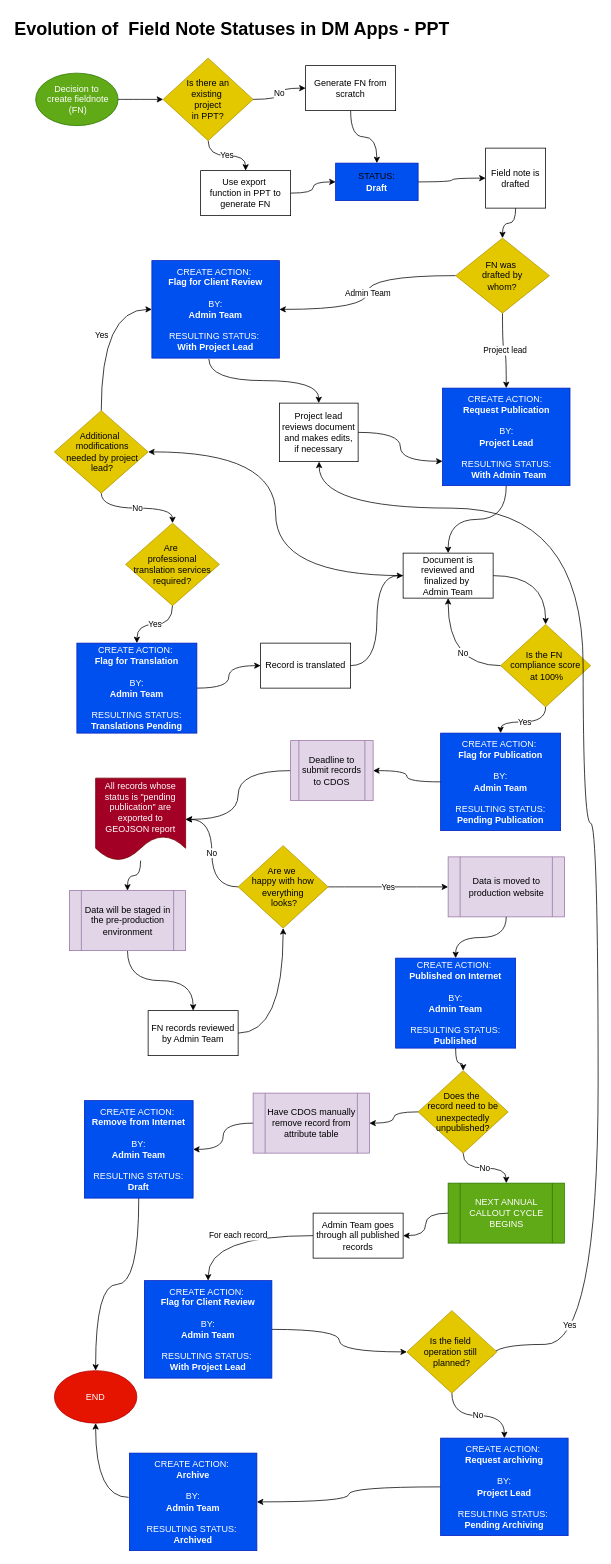
Above: Fieldnote status evolution in PPT.drawio in davjfish/diagrams (draw.io), before the change. Source tidied: cells renumbered, new cells numbered last; positions are measured from the earlier drawing's top-left corner, leaving out a move shared by most shapes. Both pictures are drawn from the tidied source at 75%, with x=0, y=0 at pixel (13, 13).
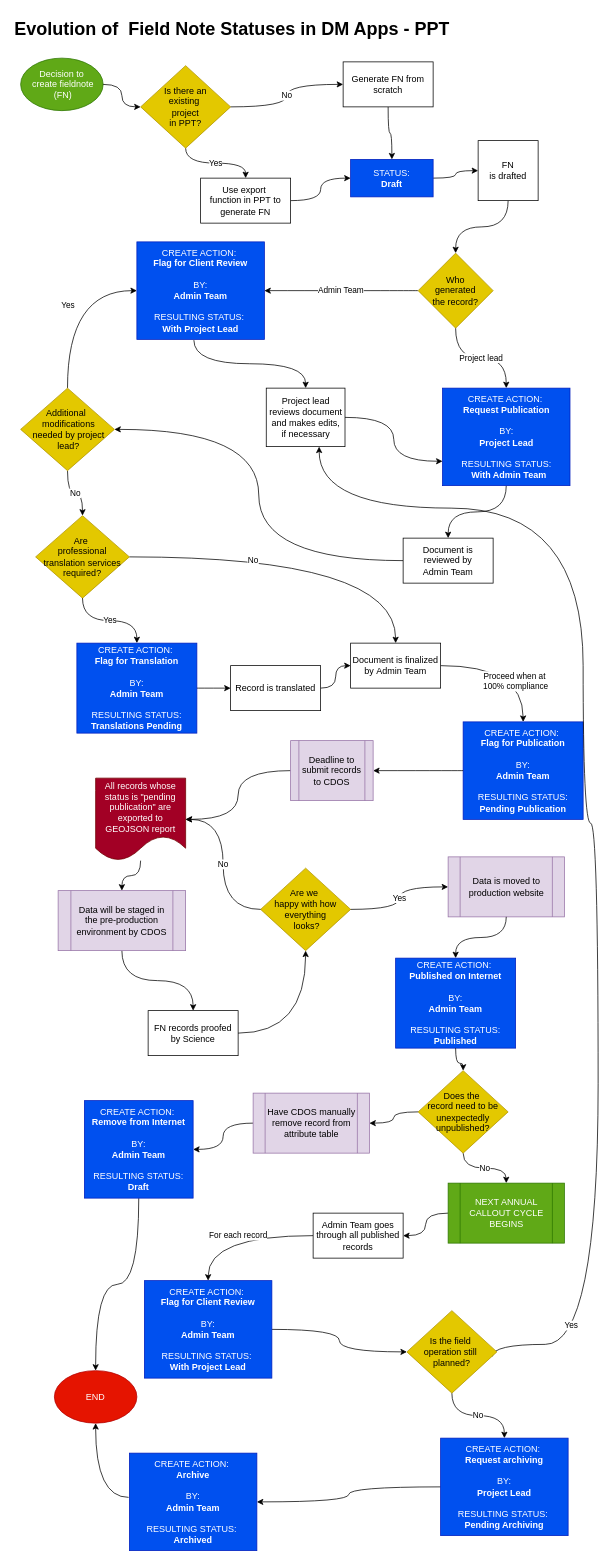
The same diagram, later.

What changed in the source:
```diff
@@
-    <mxCell id="3" value="Decision&lt;span style=&quot;background-color: transparent;&quot;&gt;&amp;nbsp;to&lt;/span&gt;&lt;div&gt;&lt;span style=&quot;background-color: transparent;&quot;&gt;&amp;nbsp;create&amp;nbsp;&lt;/span&gt;&lt;span style=&quot;background-color: transparent;&quot;&gt;fieldnote&lt;/span&gt;&lt;div&gt;&lt;span style=&quot;background-color: transparent;&quot;&gt;&amp;nbsp;(FN)&lt;/span&gt;&lt;/div&gt;&lt;/div&gt;" style="ellipse;whiteSpace=wrap;html=1;fillColor=#60a917;fontColor=light-dark(#FFFFFF,#000000);strokeColor=#2D7600;" parent="1" vertex="1">
-      <mxGeometry x="30" y="80" width="110" height="70" as="geometry" />
+    <mxCell id="3" value="Decision&lt;span style=&quot;background-color: transparent;&quot;&gt;&amp;nbsp;to&lt;/span&gt;&lt;div&gt;&lt;span style=&quot;background-color: transparent;&quot;&gt;&amp;nbsp;create&amp;nbsp;&lt;/span&gt;&lt;span style=&quot;background-color: transparent;&quot;&gt;fieldnote&lt;/span&gt;&lt;div&gt;&lt;span style=&quot;background-color: transparent;&quot;&gt;&amp;nbsp;(FN)&lt;/span&gt;&lt;/div&gt;&lt;/div&gt;" style="ellipse;whiteSpace=wrap;html=1;fillColor=light-dark(#60A917,#99FF99);fontColor=light-dark(#FFFFFF,#000000);strokeColor=#2D7600;" parent="1" vertex="1">
+      <mxGeometry x="10" y="60" width="110" height="70" as="geometry" />
     </mxCell>
@@
-    <mxCell id="6" value="Is there an&lt;div&gt;existing&amp;nbsp;&lt;/div&gt;&lt;div&gt;project&lt;/div&gt;&lt;div&gt;in PPT?&lt;/div&gt;" style="rhombus;whiteSpace=wrap;html=1;fillColor=#e3c800;fontColor=#000000;strokeColor=#B09500;" parent="1" vertex="1">
-      <mxGeometry x="200" y="60" width="120" height="110" as="geometry" />
+    <mxCell id="6" value="Is there an&lt;div&gt;existing&amp;nbsp;&lt;/div&gt;&lt;div&gt;project&lt;/div&gt;&lt;div&gt;in PPT?&lt;/div&gt;" style="rhombus;whiteSpace=wrap;html=1;fillColor=light-dark(#E3C800,#FFFF99);fontColor=light-dark(#000000,#000000);strokeColor=#B09500;" parent="1" vertex="1">
+      <mxGeometry x="170" y="70" width="120" height="110" as="geometry" />
     </mxCell>
@@
-    <mxCell id="8" value="Field note is drafted" style="whiteSpace=wrap;html=1;" parent="1" vertex="1">
-      <mxGeometry x="630" y="180" width="80" height="80" as="geometry" />
+    <mxCell id="8" value="FN&lt;div&gt;is drafted&lt;/div&gt;" style="whiteSpace=wrap;html=1;" parent="1" vertex="1">
+      <mxGeometry x="620" y="170" width="80" height="80" as="geometry" />
     </mxCell>
@@
-    <mxCell id="11" value="FN was&amp;nbsp;&lt;div&gt;drafted by&lt;/div&gt;&lt;div&gt;whom?&lt;/div&gt;" style="rhombus;whiteSpace=wrap;html=1;fillColor=#e3c800;fontColor=#000000;strokeColor=#B09500;" parent="1" vertex="1">
-      <mxGeometry x="590" y="300" width="125" height="100" as="geometry" />
+    <mxCell id="11" value="Who&lt;div&gt;&lt;span style=&quot;background-color: transparent;&quot;&gt;generated&lt;/span&gt;&lt;div&gt;the&lt;span style=&quot;background-color: transparent;&quot;&gt;&amp;nbsp;record?&lt;/span&gt;&lt;/div&gt;&lt;/div&gt;" style="rhombus;whiteSpace=wrap;html=1;fillColor=light-dark(#E3C800,#FFFF99);fontColor=light-dark(#000000,#000000);strokeColor=#B09500;" parent="1" vertex="1">
+      <mxGeometry x="540" y="320" width="100" height="100" as="geometry" />
     </mxCell>
@@
-    <mxCell id="13" value="CREATE ACTION:&amp;nbsp;&lt;div&gt;&lt;b&gt;Request Publication&lt;/b&gt;&lt;/div&gt;&lt;div&gt;&lt;b&gt;&lt;br&gt;&lt;/b&gt;&lt;div&gt;&lt;div&gt;BY:&lt;/div&gt;&lt;div&gt;&lt;b&gt;Project Lead&lt;/b&gt;&lt;/div&gt;&lt;/div&gt;&lt;div&gt;&lt;b&gt;&lt;br&gt;&lt;/b&gt;&lt;/div&gt;&lt;div&gt;&lt;span style=&quot;background-color: transparent;&quot;&gt;RESULTING STATUS&lt;/span&gt;:&lt;/div&gt;&lt;div&gt;&amp;nbsp; &lt;b&gt;With Admin Team&lt;/b&gt;&lt;/div&gt;&lt;/div&gt;" style="rounded=0;whiteSpace=wrap;html=1;fillColor=light-dark(#0050EF,#1534FF);fontColor=light-dark(#FFFFFF,#FFFFFF);strokeColor=#001DBC;" parent="1" vertex="1">
+    <mxCell id="13" value="CREATE ACTION:&amp;nbsp;&lt;div&gt;&lt;b&gt;Request Publication&lt;/b&gt;&lt;/div&gt;&lt;div&gt;&lt;b&gt;&lt;br&gt;&lt;/b&gt;&lt;div&gt;&lt;div&gt;BY:&lt;/div&gt;&lt;div&gt;&lt;b&gt;Project Lead&lt;/b&gt;&lt;/div&gt;&lt;/div&gt;&lt;div&gt;&lt;b&gt;&lt;br&gt;&lt;/b&gt;&lt;/div&gt;&lt;div&gt;&lt;span style=&quot;background-color: transparent;&quot;&gt;RESULTING STATUS&lt;/span&gt;:&lt;/div&gt;&lt;div&gt;&amp;nbsp; &lt;b&gt;With Admin Team&lt;/b&gt;&lt;/div&gt;&lt;/div&gt;" style="rounded=0;whiteSpace=wrap;html=1;fillColor=light-dark(#0050EF,#170FFF);fontColor=light-dark(#FFFFFF,#FFFFFF);strokeColor=#001DBC;" parent="1" vertex="1">
       <mxGeometry x="572.5" y="500" width="170" height="130" as="geometry" />
     </mxCell>
-    <mxCell id="14" value="CREATE ACTION:&amp;nbsp;&lt;div&gt;&lt;b&gt;Flag for Client Review&lt;/b&gt;&lt;/div&gt;&lt;div&gt;&lt;b&gt;&lt;br&gt;&lt;/b&gt;&lt;/div&gt;&lt;div&gt;BY:&lt;/div&gt;&lt;div&gt;&lt;b&gt;Admin Team&lt;/b&gt;&lt;/div&gt;&lt;div&gt;&lt;b&gt;&lt;br&gt;&lt;/b&gt;&lt;div&gt;RESULTING STATUS:&amp;nbsp;&lt;/div&gt;&lt;div&gt;&lt;b&gt;With Project Lead&lt;/b&gt;&lt;/div&gt;&lt;/div&gt;" style="rounded=0;whiteSpace=wrap;html=1;fillColor=#0050ef;fontColor=#ffffff;strokeColor=#001DBC;" parent="1" vertex="1">
-      <mxGeometry x="185" y="330" width="170" height="130" as="geometry" />
+    <mxCell id="14" value="CREATE ACTION:&amp;nbsp;&lt;div&gt;&lt;b&gt;Flag for Client Review&lt;/b&gt;&lt;/div&gt;&lt;div&gt;&lt;b&gt;&lt;br&gt;&lt;/b&gt;&lt;/div&gt;&lt;div&gt;BY:&lt;/div&gt;&lt;div&gt;&lt;b&gt;Admin Team&lt;/b&gt;&lt;/div&gt;&lt;div&gt;&lt;b&gt;&lt;br&gt;&lt;/b&gt;&lt;div&gt;RESULTING STATUS:&amp;nbsp;&lt;/div&gt;&lt;div&gt;&lt;b&gt;With Project Lead&lt;/b&gt;&lt;/div&gt;&lt;/div&gt;" style="rounded=0;whiteSpace=wrap;html=1;fillColor=light-dark(#0050EF,#170FFF);fontColor=light-dark(#FFFFFF,#FFFFFF);strokeColor=#001DBC;" parent="1" vertex="1">
+      <mxGeometry x="165" y="305" width="170" height="130" as="geometry" />
     </mxCell>
@@
-    <mxCell id="16" value="&lt;div&gt;&lt;font style=&quot;color: light-dark(rgb(0, 0, 0), rgb(0, 0, 0));&quot;&gt;&lt;span style=&quot;background-color: transparent;&quot;&gt;&lt;font style=&quot;&quot;&gt;STATUS&lt;/font&gt;&lt;/span&gt;&lt;span style=&quot;background-color: transparent;&quot;&gt;:&lt;/span&gt;&lt;/font&gt;&lt;/div&gt;&lt;div&gt;&lt;b&gt;Draft&lt;/b&gt;&lt;/div&gt;" style="rounded=0;whiteSpace=wrap;html=1;fillColor=#0050ef;fontColor=#ffffff;strokeColor=#001DBC;" parent="1" vertex="1">
-      <mxGeometry x="430" y="200" width="110" height="50" as="geometry" />
+    <mxCell id="16" value="&lt;div&gt;&lt;font style=&quot;&quot;&gt;&lt;span style=&quot;background-color: transparent;&quot;&gt;&lt;font style=&quot;&quot;&gt;STATUS&lt;/font&gt;&lt;/span&gt;&lt;span style=&quot;background-color: transparent;&quot;&gt;:&lt;/span&gt;&lt;/font&gt;&lt;/div&gt;&lt;div&gt;&lt;b&gt;Draft&lt;/b&gt;&lt;/div&gt;" style="rounded=0;whiteSpace=wrap;html=1;fillColor=light-dark(#0050EF,#170FFF);fontColor=light-dark(#FFFFFF,#FFFFFF);strokeColor=#001DBC;" parent="1" vertex="1">
+      <mxGeometry x="450" y="195" width="110" height="50" as="geometry" />
     </mxCell>
@@
     <mxCell id="19" value="Use export&amp;nbsp;&lt;div&gt;function in PPT to generate FN&lt;/div&gt;" style="whiteSpace=wrap;html=1;" parent="1" vertex="1">
-      <mxGeometry x="250" y="210" width="120" height="60" as="geometry" />
+      <mxGeometry x="250" y="220" width="120" height="60" as="geometry" />
     </mxCell>
@@
     <mxCell id="21" value="Generate FN from scratch" style="whiteSpace=wrap;html=1;" parent="1" vertex="1">
-      <mxGeometry x="390" y="70" width="120" height="60" as="geometry" />
+      <mxGeometry x="440" y="65" width="120" height="60" as="geometry" />
     </mxCell>
@@
     <mxCell id="23" value="Project lead reviews document and makes&amp;nbsp;&lt;span style=&quot;background-color: transparent; color: light-dark(rgb(0, 0, 0), rgb(255, 255, 255));&quot;&gt;edits,&lt;/span&gt;&lt;div&gt;&lt;span style=&quot;background-color: transparent; color: light-dark(rgb(0, 0, 0), rgb(255, 255, 255));&quot;&gt;if necessary&lt;/span&gt;&lt;/div&gt;" style="rounded=0;whiteSpace=wrap;html=1;" parent="1" vertex="1">
-      <mxGeometry x="355" y="520" width="105" height="78" as="geometry" />
+      <mxGeometry x="337.5" y="500" width="105" height="78" as="geometry" />
     </mxCell>
@@
-    <mxCell id="26" style="edgeStyle=orthogonalEdgeStyle;rounded=0;jettySize=auto;html=1;curved=1;exitX=1;exitY=0.5;exitDx=0;exitDy=0;" parent="1" edge="1" source="27" target="39">
-      <mxGeometry relative="1" as="geometry" />
-    </mxCell>
-    <mxCell id="27" value="Document is reviewed and finalized by&amp;nbsp;&lt;div&gt;Admin Team&lt;/div&gt;" style="whiteSpace=wrap;html=1;rounded=0;" parent="1" vertex="1">
-      <mxGeometry x="520" y="720" width="120" height="60" as="geometry" />
+    <mxCell id="27" value="Document is reviewed by&lt;div&gt;Admin Team&lt;/div&gt;" style="whiteSpace=wrap;html=1;rounded=0;" parent="1" vertex="1">
+      <mxGeometry x="520" y="700" width="120" height="60" as="geometry" />
     </mxCell>
@@
-    <mxCell id="30" value="Additional&amp;nbsp;&lt;div&gt;&amp;nbsp;modifications&lt;/div&gt;&lt;div&gt;&amp;nbsp;needed by project&lt;/div&gt;&lt;div&gt;&amp;nbsp;lead?&lt;/div&gt;" style="rhombus;whiteSpace=wrap;html=1;fillColor=#e3c800;fontColor=#000000;strokeColor=#B09500;" parent="1" vertex="1">
-      <mxGeometry x="55" y="530" width="125" height="110" as="geometry" />
+    <mxCell id="30" value="Additional&amp;nbsp;&lt;div&gt;&amp;nbsp;modifications&lt;/div&gt;&lt;div&gt;&amp;nbsp;needed by project&lt;/div&gt;&lt;div&gt;&amp;nbsp;lead?&lt;/div&gt;" style="rhombus;whiteSpace=wrap;html=1;fillColor=light-dark(#E3C800,#FFFF99);fontColor=light-dark(#000000,#000000);strokeColor=#B09500;" parent="1" vertex="1">
+      <mxGeometry x="10" y="500" width="125" height="110" as="geometry" />
     </mxCell>
+    <mxCell id="37" value="No" style="edgeStyle=orthogonalEdgeStyle;rounded=0;jettySize=auto;html=1;curved=1;" parent="1" edge="1" source="31" target="79">
+      <mxGeometry x="-0.3" y="-5" relative="1" as="geometry" />
+    </mxCell>
-    <mxCell id="31" value="Are&amp;nbsp;&lt;div&gt;professional translation services required?&lt;/div&gt;" style="rhombus;whiteSpace=wrap;html=1;fillColor=#e3c800;fontColor=#000000;strokeColor=#B09500;" parent="1" vertex="1">
-      <mxGeometry x="150" y="680" width="125" height="110" as="geometry" />
+    <mxCell id="31" value="Are&amp;nbsp;&lt;div&gt;professional translation services required?&lt;/div&gt;" style="rhombus;whiteSpace=wrap;html=1;fillColor=light-dark(#E3C800,#FFFF99);fontColor=light-dark(#000000,#000000);strokeColor=#B09500;" parent="1" vertex="1">
+      <mxGeometry x="30" y="670" width="125" height="110" as="geometry" />
     </mxCell>
@@
-    <mxCell id="34" value="CREATE ACTION:&amp;nbsp;&lt;div&gt;&lt;b&gt;Flag for Translation&lt;/b&gt;&lt;/div&gt;&lt;div&gt;&lt;b&gt;&lt;br&gt;&lt;/b&gt;&lt;/div&gt;&lt;div&gt;&lt;div&gt;BY:&lt;/div&gt;&lt;div&gt;&lt;b&gt;Admin Team&lt;/b&gt;&lt;/div&gt;&lt;/div&gt;&lt;div&gt;&lt;b&gt;&lt;br&gt;&lt;/b&gt;&lt;div&gt;RESULTING STATUS:&lt;/div&gt;&lt;div&gt;&lt;b&gt;Translations Pending&lt;/b&gt;&lt;/div&gt;&lt;/div&gt;" style="rounded=0;whiteSpace=wrap;html=1;fillColor=#0050ef;fontColor=#ffffff;strokeColor=#001DBC;" parent="1" vertex="1">
+    <mxCell id="34" value="CREATE ACTION:&amp;nbsp;&lt;div&gt;&lt;b&gt;Flag for Translation&lt;/b&gt;&lt;/div&gt;&lt;div&gt;&lt;b&gt;&lt;br&gt;&lt;/b&gt;&lt;/div&gt;&lt;div&gt;&lt;div&gt;BY:&lt;/div&gt;&lt;div&gt;&lt;b&gt;Admin Team&lt;/b&gt;&lt;/div&gt;&lt;/div&gt;&lt;div&gt;&lt;b&gt;&lt;br&gt;&lt;/b&gt;&lt;div&gt;RESULTING STATUS:&lt;/div&gt;&lt;div&gt;&lt;b&gt;Translations Pending&lt;/b&gt;&lt;/div&gt;&lt;/div&gt;" style="rounded=0;whiteSpace=wrap;html=1;fillColor=light-dark(#0050EF,#170FFF);fontColor=light-dark(#FFFFFF,#FFFFFF);strokeColor=#001DBC;" parent="1" vertex="1">
       <mxGeometry x="85" y="840" width="160" height="120" as="geometry" />
     </mxCell>
-    <mxCell id="35" style="edgeStyle=orthogonalEdgeStyle;rounded=0;jettySize=auto;html=1;curved=1;entryX=0;entryY=0.5;entryDx=0;entryDy=0;" parent="1" edge="1" source="36" target="27">
+    <mxCell id="35" style="edgeStyle=orthogonalEdgeStyle;rounded=0;jettySize=auto;html=1;curved=1;" parent="1" edge="1" source="36" target="79">
       <mxGeometry relative="1" as="geometry" />
     </mxCell>
     <mxCell id="36" value="Record is translated" style="whiteSpace=wrap;html=1;rounded=0;" parent="1" vertex="1">
-      <mxGeometry x="330" y="840" width="120" height="60" as="geometry" />
+      <mxGeometry x="290" y="870" width="120" height="60" as="geometry" />
     </mxCell>
-    <mxCell id="37" value="No" style="edgeStyle=orthogonalEdgeStyle;rounded=0;jettySize=auto;html=1;entryX=0.5;entryY=1;entryDx=0;entryDy=0;curved=1;" parent="1" edge="1" source="39" target="27">
-      <mxGeometry x="0.09" y="-20" relative="1" as="geometry" />
-    </mxCell>
@@
-    <mxCell id="39" value="Is the FN&amp;nbsp;&lt;div&gt;compliance score&lt;/div&gt;&lt;div&gt;&amp;nbsp;at 100%&lt;/div&gt;" style="rhombus;whiteSpace=wrap;html=1;rounded=0;fillColor=#e3c800;fontColor=#000000;strokeColor=#B09500;" parent="1" vertex="1">
-      <mxGeometry x="650" y="815" width="120" height="110" as="geometry" />
-    </mxCell>
-    <mxCell id="40" value="Yes" style="edgeStyle=orthogonalEdgeStyle;rounded=0;jettySize=auto;html=1;curved=1;" parent="1" edge="1" source="39" target="41">
-      <mxGeometry relative="1" as="geometry" />
-    </mxCell>
-    <mxCell id="41" value="CREATE ACTION:&amp;nbsp;&lt;div&gt;&lt;b&gt;Flag for Publication&lt;/b&gt;&lt;/div&gt;&lt;div&gt;&lt;div&gt;&lt;br&gt;&lt;/div&gt;&lt;div&gt;BY:&lt;/div&gt;&lt;div&gt;&lt;b&gt;Admin Team&lt;/b&gt;&lt;/div&gt;&lt;div&gt;&lt;b&gt;&lt;br&gt;&lt;/b&gt;&lt;/div&gt;&lt;div&gt;RESULTING STATUS:&lt;/div&gt;&lt;div&gt;&lt;b&gt;Pending Publication&lt;/b&gt;&lt;/div&gt;&lt;/div&gt;" style="rounded=0;whiteSpace=wrap;html=1;fillColor=#0050ef;fontColor=#ffffff;strokeColor=#001DBC;" parent="1" vertex="1">
-      <mxGeometry x="570" y="960" width="160" height="130" as="geometry" />
+    <mxCell id="41" value="CREATE ACTION:&amp;nbsp;&lt;div&gt;&lt;b&gt;Flag for Publication&lt;/b&gt;&lt;/div&gt;&lt;div&gt;&lt;div&gt;&lt;br&gt;&lt;/div&gt;&lt;div&gt;BY:&lt;/div&gt;&lt;div&gt;&lt;b&gt;Admin Team&lt;/b&gt;&lt;/div&gt;&lt;div&gt;&lt;b&gt;&lt;br&gt;&lt;/b&gt;&lt;/div&gt;&lt;div&gt;RESULTING STATUS:&lt;/div&gt;&lt;div&gt;&lt;b&gt;Pending Publication&lt;/b&gt;&lt;/div&gt;&lt;/div&gt;" style="rounded=0;whiteSpace=wrap;html=1;fillColor=light-dark(#0050EF,#170FFF);fontColor=light-dark(#FFFFFF,#FFFFFF);strokeColor=#001DBC;" parent="1" vertex="1">
+      <mxGeometry x="600" y="945" width="160" height="130" as="geometry" />
     </mxCell>
@@
-    <mxCell id="50" value="Data will be staged in the pre-production environment" style="shape=process;whiteSpace=wrap;html=1;backgroundOutline=1;fillColor=#e1d5e7;strokeColor=#9673a6;" parent="1" vertex="1">
-      <mxGeometry x="75" y="1170" width="155" height="80" as="geometry" />
+    <mxCell id="50" value="Data will be staged in the pre-production environment by CDOS" style="shape=process;whiteSpace=wrap;html=1;backgroundOutline=1;fillColor=#e1d5e7;strokeColor=#9673a6;" parent="1" vertex="1">
+      <mxGeometry x="60" y="1170" width="170" height="80" as="geometry" />
     </mxCell>
-    <mxCell id="51" value="FN records reviewed by Admin Team" style="whiteSpace=wrap;html=1;" parent="1" vertex="1">
+    <mxCell id="51" value="FN records proofed by Science" style="whiteSpace=wrap;html=1;" parent="1" vertex="1">
       <mxGeometry x="180" y="1330" width="120" height="60" as="geometry" />
     </mxCell>
@@
-    <mxCell id="53" value="Are we&amp;nbsp;&lt;div&gt;happy with how everything&lt;/div&gt;&lt;div&gt;&amp;nbsp;looks?&lt;/div&gt;" style="rhombus;whiteSpace=wrap;html=1;rounded=0;fillColor=#e3c800;fontColor=#000000;strokeColor=#B09500;" parent="1" vertex="1">
-      <mxGeometry x="300" y="1110" width="120" height="110" as="geometry" />
+    <mxCell id="53" value="Are we&amp;nbsp;&lt;div&gt;happy with how everything&lt;/div&gt;&lt;div&gt;&amp;nbsp;looks?&lt;/div&gt;" style="rhombus;whiteSpace=wrap;html=1;rounded=0;fillColor=light-dark(#E3C800,#FFFF99);fontColor=light-dark(#000000,#000000);strokeColor=#B09500;" parent="1" vertex="1">
+      <mxGeometry x="330" y="1140" width="120" height="110" as="geometry" />
     </mxCell>
@@
-    <mxCell id="58" value="CREATE ACTION:&amp;nbsp;&lt;div&gt;&lt;b&gt;Published on Internet&lt;/b&gt;&lt;/div&gt;&lt;div&gt;&lt;b&gt;&lt;br&gt;&lt;/b&gt;&lt;/div&gt;&lt;div&gt;&lt;div&gt;BY:&lt;/div&gt;&lt;div&gt;&lt;b&gt;Admin Team&lt;/b&gt;&lt;/div&gt;&lt;div&gt;&lt;b&gt;&lt;br&gt;&lt;/b&gt;&lt;/div&gt;&lt;div&gt;RESULTING STATUS:&lt;/div&gt;&lt;div&gt;&lt;b&gt;Published&lt;/b&gt;&lt;/div&gt;&lt;/div&gt;" style="rounded=0;whiteSpace=wrap;html=1;fillColor=#0050ef;fontColor=#ffffff;strokeColor=#001DBC;" parent="1" vertex="1">
+    <mxCell id="58" value="CREATE ACTION:&amp;nbsp;&lt;div&gt;&lt;b&gt;Published on Internet&lt;/b&gt;&lt;/div&gt;&lt;div&gt;&lt;b&gt;&lt;br&gt;&lt;/b&gt;&lt;/div&gt;&lt;div&gt;&lt;div&gt;BY:&lt;/div&gt;&lt;div&gt;&lt;b&gt;Admin Team&lt;/b&gt;&lt;/div&gt;&lt;div&gt;&lt;b&gt;&lt;br&gt;&lt;/b&gt;&lt;/div&gt;&lt;div&gt;RESULTING STATUS:&lt;/div&gt;&lt;div&gt;&lt;b&gt;Published&lt;/b&gt;&lt;/div&gt;&lt;/div&gt;" style="rounded=0;whiteSpace=wrap;html=1;fillColor=light-dark(#0050EF,#170FFF);fontColor=light-dark(#FFFFFF,#FFFFFF);strokeColor=#001DBC;" parent="1" vertex="1">
       <mxGeometry x="510" y="1260" width="160" height="120" as="geometry" />
     </mxCell>
@@
-    <mxCell id="63" value="Does the&amp;nbsp;&lt;div&gt;record need to be unexpectedly unpublished?&lt;/div&gt;" style="rhombus;whiteSpace=wrap;html=1;rounded=0;fillColor=#e3c800;fontColor=#000000;strokeColor=#B09500;" parent="1" vertex="1">
+    <mxCell id="63" value="Does the&amp;nbsp;&lt;div&gt;record need to be unexpectedly unpublished?&lt;/div&gt;" style="rhombus;whiteSpace=wrap;html=1;rounded=0;fillColor=light-dark(#E3C800,#FFFF99);fontColor=light-dark(#000000,#000000);strokeColor=#B09500;" parent="1" vertex="1">
       <mxGeometry x="540" y="1410" width="120" height="110" as="geometry" />
     </mxCell>
@@
-    <mxCell id="65" value="CREATE ACTION:&amp;nbsp;&lt;div&gt;&lt;b&gt;Remove from Internet&lt;/b&gt;&lt;/div&gt;&lt;div&gt;&lt;div&gt;&lt;br&gt;&lt;/div&gt;&lt;div&gt;BY:&lt;/div&gt;&lt;div&gt;&lt;b&gt;Admin Team&lt;/b&gt;&lt;/div&gt;&lt;div&gt;&lt;b&gt;&lt;br&gt;&lt;/b&gt;&lt;/div&gt;&lt;div&gt;RESULTING STATUS:&lt;/div&gt;&lt;div&gt;&lt;b&gt;Draft&lt;/b&gt;&lt;/div&gt;&lt;/div&gt;" style="rounded=0;whiteSpace=wrap;html=1;fillColor=#0050ef;fontColor=#ffffff;strokeColor=#001DBC;" parent="1" vertex="1">
+    <mxCell id="65" value="CREATE ACTION:&amp;nbsp;&lt;div&gt;&lt;b&gt;Remove from Internet&lt;/b&gt;&lt;/div&gt;&lt;div&gt;&lt;div&gt;&lt;br&gt;&lt;/div&gt;&lt;div&gt;BY:&lt;/div&gt;&lt;div&gt;&lt;b&gt;Admin Team&lt;/b&gt;&lt;/div&gt;&lt;div&gt;&lt;b&gt;&lt;br&gt;&lt;/b&gt;&lt;/div&gt;&lt;div&gt;RESULTING STATUS:&lt;/div&gt;&lt;div&gt;&lt;b&gt;Draft&lt;/b&gt;&lt;/div&gt;&lt;/div&gt;" style="rounded=0;whiteSpace=wrap;html=1;fillColor=light-dark(#0050EF,#170FFF);fontColor=light-dark(#FFFFFF,#FFFFFF);strokeColor=#001DBC;" parent="1" vertex="1">
       <mxGeometry x="95" y="1450" width="145" height="130" as="geometry" />
     </mxCell>
@@
-    <mxCell id="70" value="CREATE ACTION:&amp;nbsp;&lt;div&gt;&lt;b&gt;Flag for Client Review&lt;/b&gt;&lt;/div&gt;&lt;div&gt;&lt;b&gt;&lt;br&gt;&lt;/b&gt;&lt;/div&gt;&lt;div&gt;&lt;div&gt;BY:&lt;/div&gt;&lt;div&gt;&lt;b&gt;Admin Team&lt;/b&gt;&lt;/div&gt;&lt;/div&gt;&lt;div&gt;&lt;b&gt;&lt;br&gt;&lt;/b&gt;&lt;div&gt;RESULTING STATUS:&amp;nbsp;&lt;/div&gt;&lt;div&gt;&lt;b&gt;With Project Lead&lt;/b&gt;&lt;/div&gt;&lt;/div&gt;" style="rounded=0;whiteSpace=wrap;html=1;fillColor=#0050ef;fontColor=#ffffff;strokeColor=#001DBC;" parent="1" vertex="1">
+    <mxCell id="70" value="CREATE ACTION:&amp;nbsp;&lt;div&gt;&lt;b&gt;Flag for Client Review&lt;/b&gt;&lt;/div&gt;&lt;div&gt;&lt;b&gt;&lt;br&gt;&lt;/b&gt;&lt;/div&gt;&lt;div&gt;&lt;div&gt;BY:&lt;/div&gt;&lt;div&gt;&lt;b&gt;Admin Team&lt;/b&gt;&lt;/div&gt;&lt;/div&gt;&lt;div&gt;&lt;b&gt;&lt;br&gt;&lt;/b&gt;&lt;div&gt;RESULTING STATUS:&amp;nbsp;&lt;/div&gt;&lt;div&gt;&lt;b&gt;With Project Lead&lt;/b&gt;&lt;/div&gt;&lt;/div&gt;" style="rounded=0;whiteSpace=wrap;html=1;fillColor=light-dark(#0050EF,#170FFF);fontColor=light-dark(#FFFFFF,#FFFFFF);strokeColor=#001DBC;" parent="1" vertex="1">
       <mxGeometry x="175" y="1690" width="170" height="130" as="geometry" />
     </mxCell>
@@
-    <mxCell id="73" value="Is the field&amp;nbsp;&lt;div&gt;operation still&amp;nbsp;&lt;/div&gt;&lt;div&gt;planned?&lt;/div&gt;" style="rhombus;whiteSpace=wrap;html=1;rounded=0;fillColor=#e3c800;fontColor=#000000;strokeColor=#B09500;" parent="1" vertex="1">
+    <mxCell id="73" value="Is the field&amp;nbsp;&lt;div&gt;operation still&amp;nbsp;&lt;/div&gt;&lt;div&gt;planned?&lt;/div&gt;" style="rhombus;whiteSpace=wrap;html=1;rounded=0;fillColor=light-dark(#E3C800,#FFFF99);fontColor=light-dark(#000000,#000000);strokeColor=#B09500;" parent="1" vertex="1">
       <mxGeometry x="525" y="1730" width="120" height="110" as="geometry" />
     </mxCell>
@@
-    <mxCell id="75" value="CREATE ACTION:&amp;nbsp;&lt;div&gt;&lt;b&gt;Request archiving&lt;/b&gt;&lt;/div&gt;&lt;div&gt;&lt;div&gt;&lt;br&gt;&lt;/div&gt;&lt;div&gt;BY:&lt;/div&gt;&lt;div&gt;&lt;b&gt;Project Lead&lt;/b&gt;&lt;/div&gt;&lt;div&gt;&lt;b&gt;&lt;br&gt;&lt;/b&gt;&lt;/div&gt;&lt;div&gt;RESULTING STATUS:&amp;nbsp;&lt;/div&gt;&lt;div&gt;&lt;b&gt;Pending Archiving&lt;/b&gt;&lt;/div&gt;&lt;/div&gt;" style="rounded=0;whiteSpace=wrap;html=1;fillColor=light-dark(#0050EF,#1534FF);fontColor=light-dark(#FFFFFF,#FFFFFF);strokeColor=#001DBC;" parent="1" vertex="1">
+    <mxCell id="75" value="CREATE ACTION:&amp;nbsp;&lt;div&gt;&lt;b&gt;Request archiving&lt;/b&gt;&lt;/div&gt;&lt;div&gt;&lt;div&gt;&lt;br&gt;&lt;/div&gt;&lt;div&gt;BY:&lt;/div&gt;&lt;div&gt;&lt;b&gt;Project Lead&lt;/b&gt;&lt;/div&gt;&lt;div&gt;&lt;b&gt;&lt;br&gt;&lt;/b&gt;&lt;/div&gt;&lt;div&gt;RESULTING STATUS:&amp;nbsp;&lt;/div&gt;&lt;div&gt;&lt;b&gt;Pending Archiving&lt;/b&gt;&lt;/div&gt;&lt;/div&gt;" style="rounded=0;whiteSpace=wrap;html=1;fillColor=light-dark(#0050EF,#170FFF);fontColor=light-dark(#FFFFFF,#FFFFFF);strokeColor=#001DBC;" parent="1" vertex="1">
       <mxGeometry x="570" y="1900" width="170" height="130" as="geometry" />
     </mxCell>
@@
-    <mxCell id="77" value="CREATE ACTION:&amp;nbsp;&lt;div&gt;&lt;b&gt;Archive&lt;/b&gt;&lt;/div&gt;&lt;div&gt;&lt;br&gt;&lt;/div&gt;&lt;div&gt;&lt;div&gt;BY:&lt;/div&gt;&lt;div&gt;&lt;b&gt;Admin Team&lt;/b&gt;&lt;/div&gt;&lt;div&gt;&lt;b&gt;&lt;br&gt;&lt;/b&gt;&lt;/div&gt;&lt;div&gt;RESULTING STATUS:&amp;nbsp;&lt;/div&gt;&lt;div&gt;&lt;b&gt;Archived&lt;/b&gt;&lt;/div&gt;&lt;/div&gt;" style="rounded=0;whiteSpace=wrap;html=1;fillColor=#0050ef;fontColor=#ffffff;strokeColor=#001DBC;" parent="1" vertex="1">
+    <mxCell id="77" value="CREATE ACTION:&amp;nbsp;&lt;div&gt;&lt;b&gt;Archive&lt;/b&gt;&lt;/div&gt;&lt;div&gt;&lt;br&gt;&lt;/div&gt;&lt;div&gt;&lt;div&gt;BY:&lt;/div&gt;&lt;div&gt;&lt;b&gt;Admin Team&lt;/b&gt;&lt;/div&gt;&lt;div&gt;&lt;b&gt;&lt;br&gt;&lt;/b&gt;&lt;/div&gt;&lt;div&gt;RESULTING STATUS:&amp;nbsp;&lt;/div&gt;&lt;div&gt;&lt;b&gt;Archived&lt;/b&gt;&lt;/div&gt;&lt;/div&gt;" style="rounded=0;whiteSpace=wrap;html=1;fillColor=light-dark(#0050EF,#170FFF);fontColor=light-dark(#FFFFFF,#FFFFFF);strokeColor=#001DBC;" parent="1" vertex="1">
       <mxGeometry x="155" y="1920" width="170" height="130" as="geometry" />
     </mxCell>
+    <mxCell id="78" value="Proceed when at&amp;nbsp;&lt;div&gt;100% compliance&lt;/div&gt;" style="edgeStyle=orthogonalEdgeStyle;rounded=0;jettySize=auto;html=1;exitX=1;exitY=0.5;exitDx=0;exitDy=0;curved=1;" parent="1" edge="1" source="79" target="41">
+      <mxGeometry x="0.42" y="-10" relative="1" as="geometry" />
+    </mxCell>
+    <mxCell id="79" value="Document is finalized by&amp;nbsp;&lt;span style=&quot;background-color: transparent; color: light-dark(rgb(0, 0, 0), rgb(255, 255, 255));&quot;&gt;Admin Team&lt;/span&gt;" style="whiteSpace=wrap;html=1;rounded=0;" parent="1" vertex="1">
+      <mxGeometry x="450" y="840" width="120" height="60" as="geometry" />
+    </mxCell>
```
